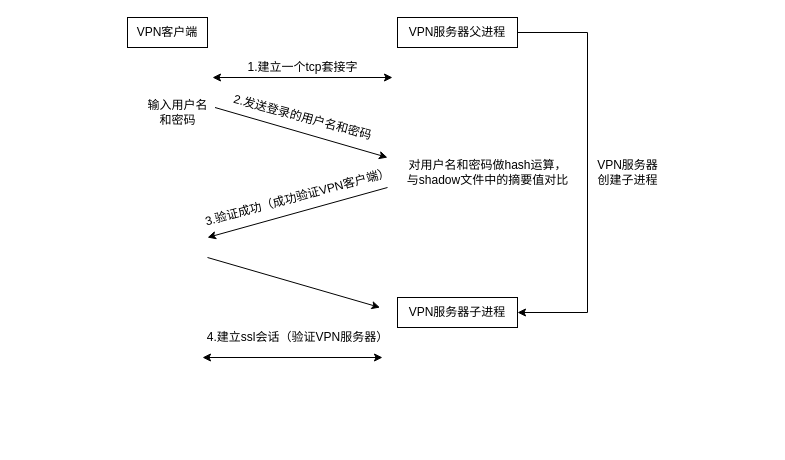
The draw.io diagram 计网安全实验/计网安全实验流程图.drawio in AgentGuo/flow_chart, before the edit. Source tidied: cells renumbered, new cells numbered last; positions are measured from the earlier drawing's top-left corner, leaving out a move shared by most shapes. Both pictures are drawn from the tidied source at 100%, with x=0, y=0 at pixel (127, 17).
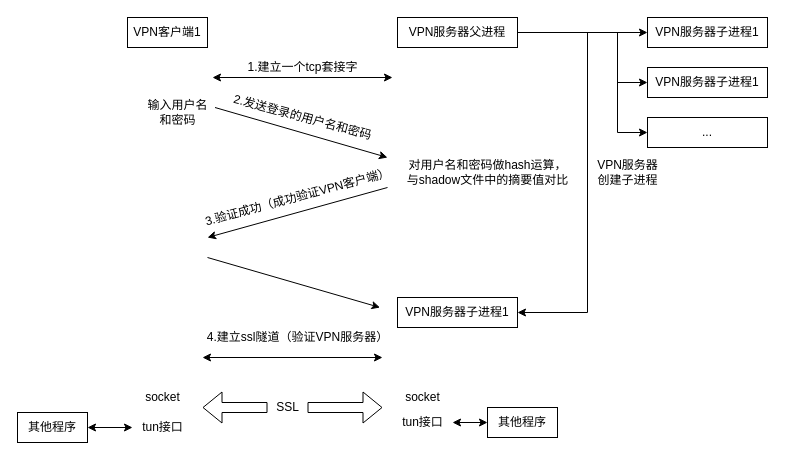
Above is the later version.

Commit message:
Update 计网安全实验流程图.drawio

The change refers to these unchanged cells:
```xml
<mxCell id="3" value="VPN服务器父进程" style="rounded=0;whiteSpace=wrap;html=1;" parent="1" vertex="1">
  <mxGeometry x="270" width="120" height="30" as="geometry" />
</mxCell>
```

What changed in the source:
```diff
@@
+    <mxCell id="18" style="edgeStyle=orthogonalEdgeStyle;rounded=0;jettySize=auto;html=1;" parent="1" edge="1" source="3" target="32">
+      <mxGeometry relative="1" as="geometry" />
+    </mxCell>
+    <mxCell id="19" style="edgeStyle=orthogonalEdgeStyle;rounded=0;jettySize=auto;html=1;" parent="1" edge="1" source="3" target="33">
+      <mxGeometry relative="1" as="geometry">
+        <Array as="points">
+          <mxPoint x="490" y="15" />
+          <mxPoint x="490" y="65" />
+        </Array>
+      </mxGeometry>
+    </mxCell>
+    <mxCell id="20" style="edgeStyle=orthogonalEdgeStyle;rounded=0;jettySize=auto;html=1;" parent="1" edge="1" source="3" target="34">
+      <mxGeometry relative="1" as="geometry">
+        <Array as="points">
+          <mxPoint x="490" y="15" />
+          <mxPoint x="490" y="115" />
+        </Array>
+      </mxGeometry>
+    </mxCell>
@@
-    <mxCell id="4" value="VPN客户端" style="rounded=0;whiteSpace=wrap;html=1;" parent="1" vertex="1">
+    <mxCell id="4" value="VPN客户端1" style="rounded=0;whiteSpace=wrap;html=1;" parent="1" vertex="1">
       <mxGeometry width="80" height="30" as="geometry" />
     </mxCell>
@@
-    <mxCell id="14" value="4.建立ssl会话（验证VPN服务器）" style="text;html=1;align=center;verticalAlign=middle;strokeColor=none;" parent="1" vertex="1">
+    <mxCell id="14" value="4.建立ssl隧道（验证VPN服务器）" style="text;html=1;align=center;verticalAlign=middle;strokeColor=none;" parent="1" vertex="1">
       <mxGeometry x="70" y="310" width="200" height="20" as="geometry" />
     </mxCell>
-    <mxCell id="15" value="VPN服务器子进程" style="rounded=0;whiteSpace=wrap;html=1;" parent="1" vertex="1">
+    <mxCell id="15" value="VPN服务器子进程1" style="rounded=0;whiteSpace=wrap;html=1;" parent="1" vertex="1">
       <mxGeometry x="270" y="280" width="120" height="30" as="geometry" />
     </mxCell>
@@
+    <mxCell id="21" style="shape=flexArrow;endArrow=classic;startArrow=none;html=1;" parent="1" edge="1" source="22">
+      <mxGeometry relative="1" as="geometry">
+        <mxPoint x="255" y="390" as="targetPoint" />
+      </mxGeometry>
+    </mxCell>
+    <mxCell id="22" value="SSL" style="text;html=1;align=center;verticalAlign=middle;points=[];strokeColor=none;" parent="1" vertex="1">
+      <mxGeometry x="140" y="380" width="40" height="20" as="geometry" />
+    </mxCell>
+    <mxCell id="23" style="shape=flexArrow;endArrow=none;startArrow=classic;html=1;" parent="1" edge="1" target="22">
+      <mxGeometry relative="1" as="geometry">
+        <mxPoint x="75" y="390" as="sourcePoint" />
+      </mxGeometry>
+    </mxCell>
+    <mxCell id="24" value="socket" style="text;html=1;align=center;verticalAlign=middle;strokeColor=none;" parent="1" vertex="1">
+      <mxGeometry x="10" y="370" width="50" height="20" as="geometry" />
+    </mxCell>
+    <mxCell id="25" value="tun接口" style="text;html=1;align=center;verticalAlign=middle;points=[];strokeColor=none;" parent="1" vertex="1">
+      <mxGeometry x="5" y="400" width="60" height="20" as="geometry" />
+    </mxCell>
+    <mxCell id="26" value="其他程序" style="whiteSpace=wrap;html=1;rounded=0;shadow=0;sketch=0;" parent="1" vertex="1">
+      <mxGeometry x="-110" y="395" width="70" height="30" as="geometry" />
+    </mxCell>
+    <mxCell id="27" value="socket" style="text;html=1;align=center;verticalAlign=middle;strokeColor=none;" parent="1" vertex="1">
+      <mxGeometry x="270" y="370" width="50" height="20" as="geometry" />
+    </mxCell>
+    <mxCell id="28" value="tun接口" style="text;html=1;align=center;verticalAlign=middle;points=[];strokeColor=none;" parent="1" vertex="1">
+      <mxGeometry x="265" y="395" width="60" height="20" as="geometry" />
+    </mxCell>
+    <mxCell id="29" style="endArrow=classic;startArrow=classic;html=1;exitX=1;exitY=0.5;exitDx=0;exitDy=0;" parent="1" edge="1" source="26" target="25">
+      <mxGeometry relative="1" as="geometry" />
+    </mxCell>
+    <mxCell id="30" value="其他程序" style="whiteSpace=wrap;html=1;rounded=0;shadow=0;sketch=0;" parent="1" vertex="1">
+      <mxGeometry x="360" y="390" width="70" height="30" as="geometry" />
+    </mxCell>
+    <mxCell id="31" style="endArrow=classic;startArrow=classic;html=1;" parent="1" edge="1" source="28" target="30">
+      <mxGeometry relative="1" as="geometry" />
+    </mxCell>
+    <mxCell id="32" value="VPN服务器子进程1" style="rounded=0;whiteSpace=wrap;html=1;" parent="1" vertex="1">
+      <mxGeometry x="520" width="120" height="30" as="geometry" />
+    </mxCell>
+    <mxCell id="33" value="VPN服务器子进程1" style="rounded=0;whiteSpace=wrap;html=1;" parent="1" vertex="1">
+      <mxGeometry x="520" y="50" width="120" height="30" as="geometry" />
+    </mxCell>
+    <mxCell id="34" value="..." style="rounded=0;whiteSpace=wrap;html=1;" parent="1" vertex="1">
+      <mxGeometry x="520" y="100" width="120" height="30" as="geometry" />
+    </mxCell>
```
